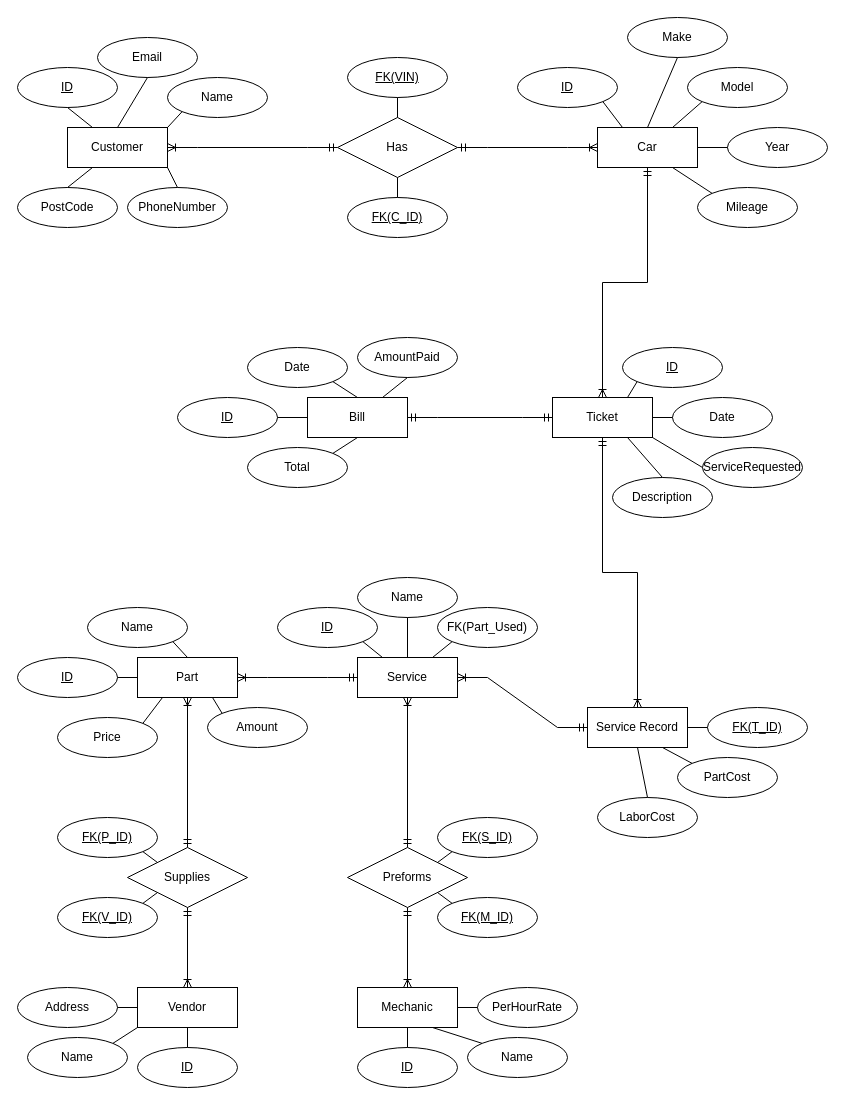
The draw.io diagram Final_ERD.drawio in ShotHussar/CIDM3350_Final, before the edit. Source tidied: cells renumbered, new cells numbered last; positions are measured from the earlier drawing's top-left corner, leaving out a move shared by most shapes. Both pictures are drawn from the tidied source at 100%, with x=0, y=0 at pixel (17, 17).
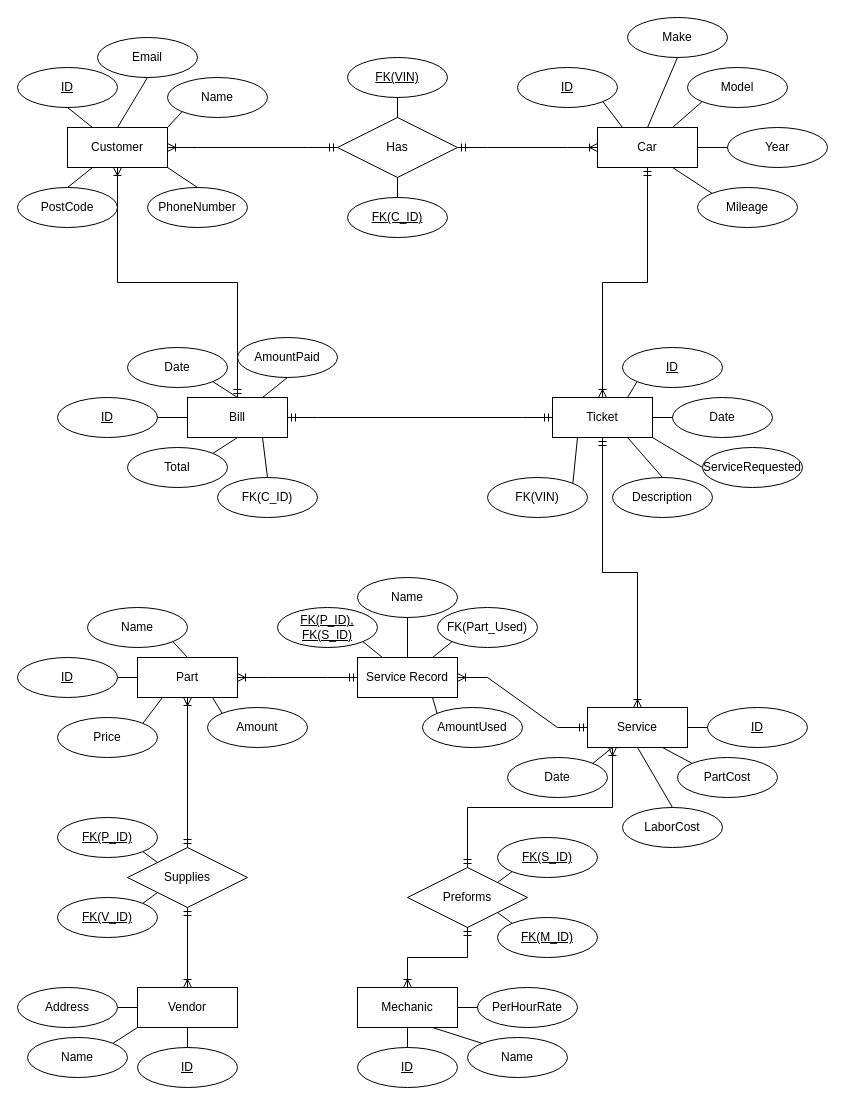
After the change.

The change refers to these unchanged cells:
```xml
<mxCell id="2" value="Customer" style="whiteSpace=wrap;html=1;align=center;" parent="1" vertex="1">
  <mxGeometry x="50" y="110" width="100" height="40" as="geometry" />
</mxCell>
<mxCell id="4" value="Ticket" style="whiteSpace=wrap;html=1;align=center;" parent="1" vertex="1">
  <mxGeometry x="535" y="380" width="100" height="40" as="geometry" />
</mxCell>
```

Diff of the diagram source:
```diff
@@
-    <mxCell id="5" value="Service Record" style="whiteSpace=wrap;html=1;align=center;" parent="1" vertex="1">
+    <mxCell id="5" value="Service" style="whiteSpace=wrap;html=1;align=center;" parent="1" vertex="1">
       <mxGeometry x="570" y="690" width="100" height="40" as="geometry" />
     </mxCell>
@@
     <mxCell id="8" value="Bill" style="whiteSpace=wrap;html=1;align=center;" parent="1" vertex="1">
-      <mxGeometry x="290" y="380" width="100" height="40" as="geometry" />
+      <mxGeometry x="170" y="380" width="100" height="40" as="geometry" />
     </mxCell>
@@
-    <mxCell id="12" value="Service" style="whiteSpace=wrap;html=1;align=center;" parent="1" vertex="1">
+    <mxCell id="12" value="Service Record" style="whiteSpace=wrap;html=1;align=center;" parent="1" vertex="1">
       <mxGeometry x="340" y="640" width="100" height="40" as="geometry" />
     </mxCell>
@@
     <mxCell id="18" value="Preforms" style="shape=rhombus;perimeter=rhombusPerimeter;whiteSpace=wrap;html=1;align=center;" parent="1" vertex="1">
-      <mxGeometry x="330" y="830" width="120" height="60" as="geometry" />
+      <mxGeometry x="390" y="850" width="120" height="60" as="geometry" />
     </mxCell>
-    <mxCell id="19" style="fontSize=12;html=1;endArrow=ERoneToMany;startArrow=ERmandOne;rounded=0;elbow=vertical;entryX=0.5;entryY=1;entryDx=0;entryDy=0;edgeStyle=orthogonalEdgeStyle;exitX=0.5;exitY=0;exitDx=0;exitDy=0;" parent="1" edge="1" source="18" target="12">
+    <mxCell id="19" style="fontSize=12;html=1;endArrow=ERoneToMany;startArrow=ERmandOne;rounded=0;elbow=vertical;entryX=0.25;entryY=1;entryDx=0;entryDy=0;edgeStyle=orthogonalEdgeStyle;exitX=0.5;exitY=0;exitDx=0;exitDy=0;" parent="1" edge="1" source="18" target="5">
       <mxGeometry relative="1" as="geometry" />
     </mxCell>
@@
     <mxCell id="24" value="PhoneNumber" style="ellipse;whiteSpace=wrap;html=1;align=center;" parent="1" vertex="1">
-      <mxGeometry x="110" y="170" width="100" height="40" as="geometry" />
+      <mxGeometry x="130" y="170" width="100" height="40" as="geometry" />
     </mxCell>
@@
-    <mxCell id="55" value="&lt;u&gt;FK(T_ID)&lt;/u&gt;" style="ellipse;whiteSpace=wrap;html=1;align=center;" parent="1" vertex="1">
+    <mxCell id="55" value="&lt;u&gt;ID&lt;/u&gt;" style="ellipse;whiteSpace=wrap;html=1;align=center;" parent="1" vertex="1">
       <mxGeometry x="690" y="690" width="100" height="40" as="geometry" />
     </mxCell>
-    <mxCell id="56" value="&lt;u&gt;ID&lt;/u&gt;" style="ellipse;whiteSpace=wrap;html=1;align=center;" parent="1" vertex="1">
+    <mxCell id="56" value="&lt;u&gt;FK(P_ID), FK(S_ID)&lt;/u&gt;" style="ellipse;whiteSpace=wrap;html=1;align=center;" parent="1" vertex="1">
       <mxGeometry x="260" y="590" width="100" height="40" as="geometry" />
     </mxCell>
@@
     <mxCell id="58" value="LaborCost" style="ellipse;whiteSpace=wrap;html=1;align=center;" parent="1" vertex="1">
-      <mxGeometry x="580" y="780" width="100" height="40" as="geometry" />
+      <mxGeometry x="605" y="790" width="100" height="40" as="geometry" />
     </mxCell>
@@
     <mxCell id="71" value="&lt;u&gt;FK(M_ID)&lt;/u&gt;" style="ellipse;whiteSpace=wrap;html=1;align=center;" parent="1" vertex="1">
-      <mxGeometry x="420" y="880" width="100" height="40" as="geometry" />
+      <mxGeometry x="480" y="900" width="100" height="40" as="geometry" />
     </mxCell>
     <mxCell id="72" value="&lt;u&gt;FK(S_ID)&lt;/u&gt;" style="ellipse;whiteSpace=wrap;html=1;align=center;" parent="1" vertex="1">
-      <mxGeometry x="420" y="800" width="100" height="40" as="geometry" />
+      <mxGeometry x="480" y="820" width="100" height="40" as="geometry" />
     </mxCell>
@@
     <mxCell id="75" value="AmountPaid" style="ellipse;whiteSpace=wrap;html=1;align=center;" parent="1" vertex="1">
-      <mxGeometry x="340" y="320" width="100" height="40" as="geometry" />
+      <mxGeometry x="220" y="320" width="100" height="40" as="geometry" />
     </mxCell>
     <mxCell id="76" value="Total" style="ellipse;whiteSpace=wrap;html=1;align=center;" parent="1" vertex="1">
-      <mxGeometry x="230" y="430" width="100" height="40" as="geometry" />
+      <mxGeometry x="110" y="430" width="100" height="40" as="geometry" />
     </mxCell>
     <mxCell id="77" value="Date" style="ellipse;whiteSpace=wrap;html=1;align=center;" parent="1" vertex="1">
-      <mxGeometry x="230" y="330" width="100" height="40" as="geometry" />
+      <mxGeometry x="110" y="330" width="100" height="40" as="geometry" />
     </mxCell>
     <mxCell id="78" value="&lt;u&gt;ID&lt;/u&gt;" style="ellipse;whiteSpace=wrap;html=1;align=center;" parent="1" vertex="1">
-      <mxGeometry x="160" y="380" width="100" height="40" as="geometry" />
+      <mxGeometry x="40" y="380" width="100" height="40" as="geometry" />
     </mxCell>
@@
+    <mxCell id="105" value="Date" style="ellipse;whiteSpace=wrap;html=1;align=center;" parent="1" vertex="1">
+      <mxGeometry x="490" y="740" width="100" height="40" as="geometry" />
+    </mxCell>
+    <mxCell id="106" style="endArrow=none;html=1;rounded=0;entryX=1;entryY=0;entryDx=0;entryDy=0;exitX=0.25;exitY=1;exitDx=0;exitDy=0;" parent="1" edge="1" source="5" target="105">
+      <mxGeometry relative="1" as="geometry" />
+    </mxCell>
+    <mxCell id="107" value="AmountUsed" style="ellipse;whiteSpace=wrap;html=1;align=center;" parent="1" vertex="1">
+      <mxGeometry x="405" y="690" width="100" height="40" as="geometry" />
+    </mxCell>
+    <mxCell id="108" style="endArrow=none;html=1;rounded=0;entryX=0;entryY=0;entryDx=0;entryDy=0;exitX=0.75;exitY=1;exitDx=0;exitDy=0;" parent="1" edge="1" source="12" target="107">
+      <mxGeometry relative="1" as="geometry" />
+    </mxCell>
+    <mxCell id="109" value="FK(VIN)" style="ellipse;whiteSpace=wrap;html=1;align=center;" parent="1" vertex="1">
+      <mxGeometry x="470" y="460" width="100" height="40" as="geometry" />
+    </mxCell>
+    <mxCell id="110" style="endArrow=none;html=1;rounded=0;entryX=1;entryY=0;entryDx=0;entryDy=0;exitX=0.25;exitY=1;exitDx=0;exitDy=0;" parent="1" edge="1" source="4" target="109">
+      <mxGeometry relative="1" as="geometry" />
+    </mxCell>
+    <mxCell id="111" style="fontSize=12;html=1;endArrow=ERoneToMany;startArrow=ERmandOne;rounded=0;exitX=0.5;exitY=0;exitDx=0;exitDy=0;entryX=0.5;entryY=1;entryDx=0;entryDy=0;edgeStyle=orthogonalEdgeStyle;" parent="1" edge="1" source="8" target="2">
+      <mxGeometry relative="1" as="geometry" />
+    </mxCell>
+    <mxCell id="112" value="FK(C_ID)" style="ellipse;whiteSpace=wrap;html=1;align=center;" parent="1" vertex="1">
+      <mxGeometry x="200" y="460" width="100" height="40" as="geometry" />
+    </mxCell>
+    <mxCell id="113" style="endArrow=none;html=1;rounded=0;entryX=0.5;entryY=0;entryDx=0;entryDy=0;exitX=0.75;exitY=1;exitDx=0;exitDy=0;" parent="1" edge="1" source="8" target="112">
+      <mxGeometry relative="1" as="geometry" />
+    </mxCell>
```
